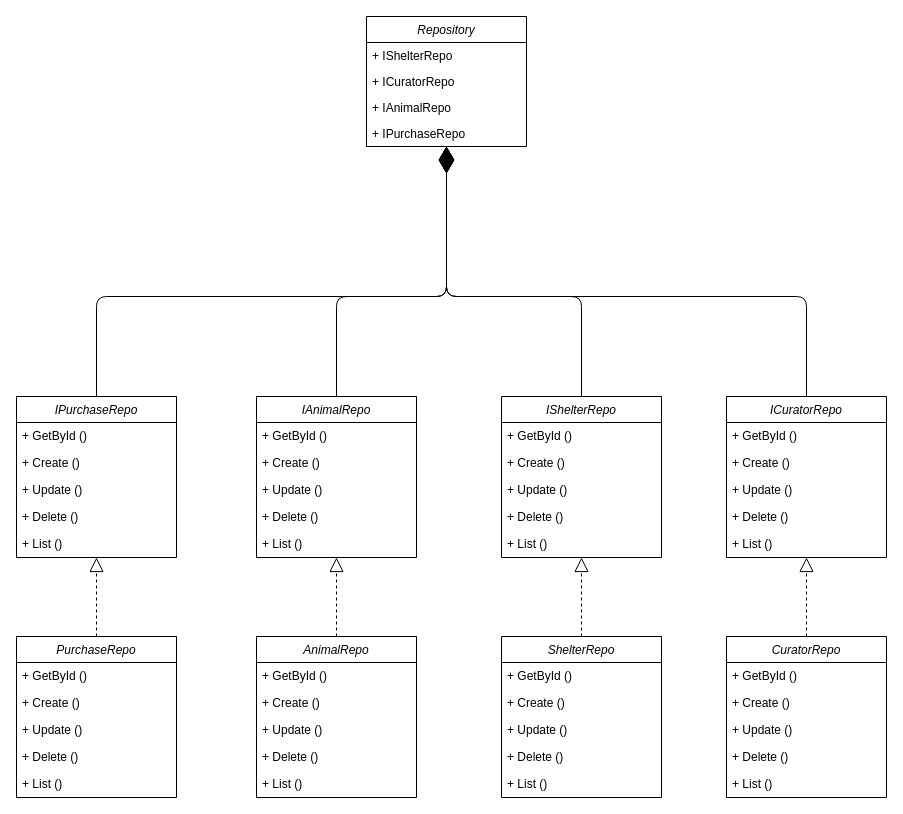
The draw.io diagram diagrams/BD.drawio in Laiika/bmstu-iu7-sd, before the edit. Source tidied: cells renumbered, new cells numbered last; positions are measured from the earlier drawing's top-left corner, leaving out a move shared by most shapes. Both pictures are drawn from the tidied source at 100%, with x=0, y=0 at pixel (16, 16).
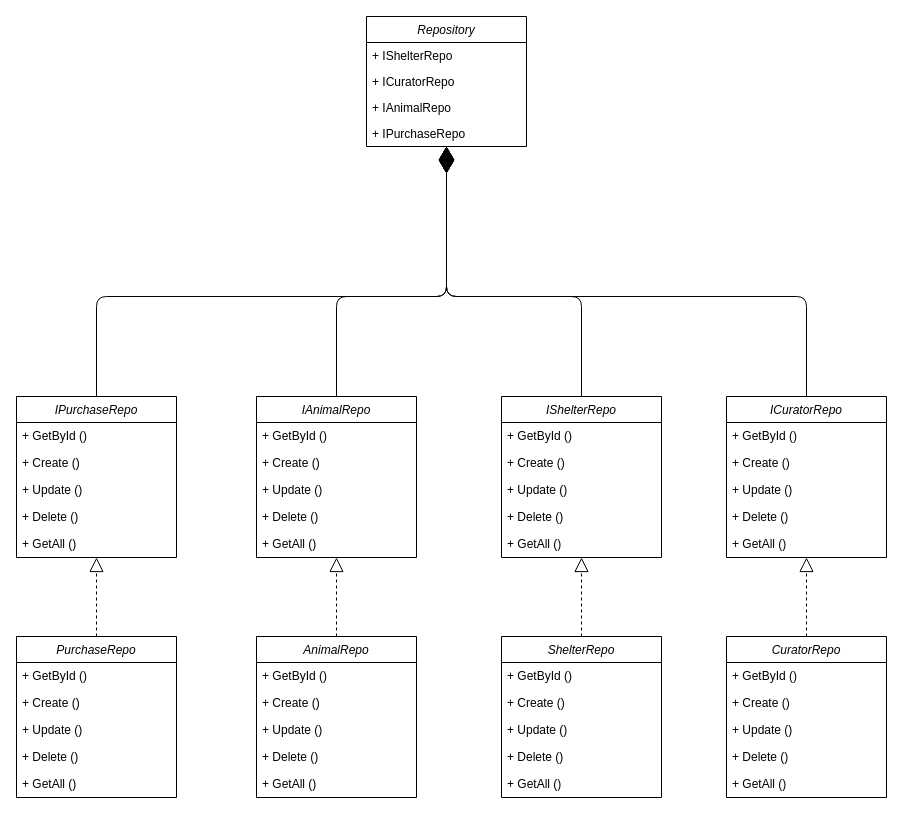
Above is the later version.

Commit message (it also covers changes not shown here):
поправила даиÐиаграмму

Unchanged cells that the change refers to:
```xml
<mxCell id="7" value="IShelterRepo" style="swimlane;fontStyle=2;align=center;verticalAlign=top;horizontal=1;startSize=26;rounded=0;shadow=0;strokeWidth=1;" parent="1" vertex="1">
  <mxGeometry x="485" y="380" width="160" height="161" as="geometry" />
</mxCell>
<mxCell id="13" value="ShelterRepo" style="swimlane;fontStyle=2;align=center;verticalAlign=top;horizontal=1;startSize=26;rounded=0;shadow=0;strokeWidth=1;" parent="1" vertex="1">
  <mxGeometry x="485" y="620" width="160" height="161" as="geometry" />
</mxCell>
<mxCell id="21" value="ICuratorRepo" style="swimlane;fontStyle=2;align=center;verticalAlign=top;horizontal=1;startSize=26;rounded=0;shadow=0;strokeWidth=1;" parent="1" vertex="1">
  <mxGeometry x="710" y="380" width="160" height="161" as="geometry" />
</mxCell>
<mxCell id="27" value="CuratorRepo" style="swimlane;fontStyle=2;align=center;verticalAlign=top;horizontal=1;startSize=26;rounded=0;shadow=0;strokeWidth=1;" parent="1" vertex="1">
  <mxGeometry x="710" y="620" width="160" height="161" as="geometry" />
</mxCell>
<mxCell id="35" value="IAnimalRepo" style="swimlane;fontStyle=2;align=center;verticalAlign=top;horizontal=1;startSize=26;rounded=0;shadow=0;strokeWidth=1;" parent="1" vertex="1">
  <mxGeometry x="240" y="380" width="160" height="161" as="geometry" />
</mxCell>
<mxCell id="41" value="AnimalRepo" style="swimlane;fontStyle=2;align=center;verticalAlign=top;horizontal=1;startSize=26;rounded=0;shadow=0;strokeWidth=1;" parent="1" vertex="1">
  <mxGeometry x="240" y="620" width="160" height="161" as="geometry" />
</mxCell>
<mxCell id="49" value="IPurchaseRepo" style="swimlane;fontStyle=2;align=center;verticalAlign=top;horizontal=1;startSize=26;rounded=0;shadow=0;strokeWidth=1;" parent="1" vertex="1">
  <mxGeometry y="380" width="160" height="161" as="geometry" />
</mxCell>
<mxCell id="55" value="PurchaseRepo" style="swimlane;fontStyle=2;align=center;verticalAlign=top;horizontal=1;startSize=26;rounded=0;shadow=0;strokeWidth=1;" parent="1" vertex="1">
  <mxGeometry y="620" width="160" height="161" as="geometry" />
</mxCell>
```

The edit, as a diff of the source:
```diff
@@
-    <mxCell id="12" value="+ List ()" style="text;align=left;verticalAlign=top;spacingLeft=4;spacingRight=4;overflow=hidden;rounded=0;shadow=0;html=0;" parent="7" vertex="1">
+    <mxCell id="12" value="+ GetAll ()" style="text;align=left;verticalAlign=top;spacingLeft=4;spacingRight=4;overflow=hidden;rounded=0;shadow=0;html=0;" parent="7" vertex="1">
       <mxGeometry y="134" width="160" height="27" as="geometry" />
     </mxCell>
@@
-    <mxCell id="18" value="+ List ()" style="text;align=left;verticalAlign=top;spacingLeft=4;spacingRight=4;overflow=hidden;rounded=0;shadow=0;html=0;" parent="13" vertex="1">
+    <mxCell id="18" value="+ GetAll ()" style="text;align=left;verticalAlign=top;spacingLeft=4;spacingRight=4;overflow=hidden;rounded=0;shadow=0;html=0;" parent="13" vertex="1">
       <mxGeometry y="134" width="160" height="27" as="geometry" />
     </mxCell>
@@
-    <mxCell id="26" value="+ List ()" style="text;align=left;verticalAlign=top;spacingLeft=4;spacingRight=4;overflow=hidden;rounded=0;shadow=0;html=0;" parent="21" vertex="1">
+    <mxCell id="26" value="+ GetAll ()" style="text;align=left;verticalAlign=top;spacingLeft=4;spacingRight=4;overflow=hidden;rounded=0;shadow=0;html=0;" parent="21" vertex="1">
       <mxGeometry y="134" width="160" height="27" as="geometry" />
     </mxCell>
@@
-    <mxCell id="32" value="+ List ()" style="text;align=left;verticalAlign=top;spacingLeft=4;spacingRight=4;overflow=hidden;rounded=0;shadow=0;html=0;" parent="27" vertex="1">
+    <mxCell id="32" value="+ GetAll ()" style="text;align=left;verticalAlign=top;spacingLeft=4;spacingRight=4;overflow=hidden;rounded=0;shadow=0;html=0;" parent="27" vertex="1">
       <mxGeometry y="134" width="160" height="27" as="geometry" />
     </mxCell>
@@
-    <mxCell id="40" value="+ List ()" style="text;align=left;verticalAlign=top;spacingLeft=4;spacingRight=4;overflow=hidden;rounded=0;shadow=0;html=0;" parent="35" vertex="1">
+    <mxCell id="40" value="+ GetAll ()" style="text;align=left;verticalAlign=top;spacingLeft=4;spacingRight=4;overflow=hidden;rounded=0;shadow=0;html=0;" parent="35" vertex="1">
       <mxGeometry y="134" width="160" height="27" as="geometry" />
     </mxCell>
@@
-    <mxCell id="46" value="+ List ()" style="text;align=left;verticalAlign=top;spacingLeft=4;spacingRight=4;overflow=hidden;rounded=0;shadow=0;html=0;" parent="41" vertex="1">
+    <mxCell id="46" value="+ GetAll ()" style="text;align=left;verticalAlign=top;spacingLeft=4;spacingRight=4;overflow=hidden;rounded=0;shadow=0;html=0;" parent="41" vertex="1">
       <mxGeometry y="134" width="160" height="27" as="geometry" />
     </mxCell>
@@
-    <mxCell id="54" value="+ List ()" style="text;align=left;verticalAlign=top;spacingLeft=4;spacingRight=4;overflow=hidden;rounded=0;shadow=0;html=0;" parent="49" vertex="1">
+    <mxCell id="54" value="+ GetAll ()" style="text;align=left;verticalAlign=top;spacingLeft=4;spacingRight=4;overflow=hidden;rounded=0;shadow=0;html=0;" parent="49" vertex="1">
       <mxGeometry y="134" width="160" height="27" as="geometry" />
     </mxCell>
@@
-    <mxCell id="60" value="+ List ()" style="text;align=left;verticalAlign=top;spacingLeft=4;spacingRight=4;overflow=hidden;rounded=0;shadow=0;html=0;" parent="55" vertex="1">
+    <mxCell id="60" value="+ GetAll ()" style="text;align=left;verticalAlign=top;spacingLeft=4;spacingRight=4;overflow=hidden;rounded=0;shadow=0;html=0;" parent="55" vertex="1">
       <mxGeometry y="134" width="160" height="27" as="geometry" />
     </mxCell>
```
